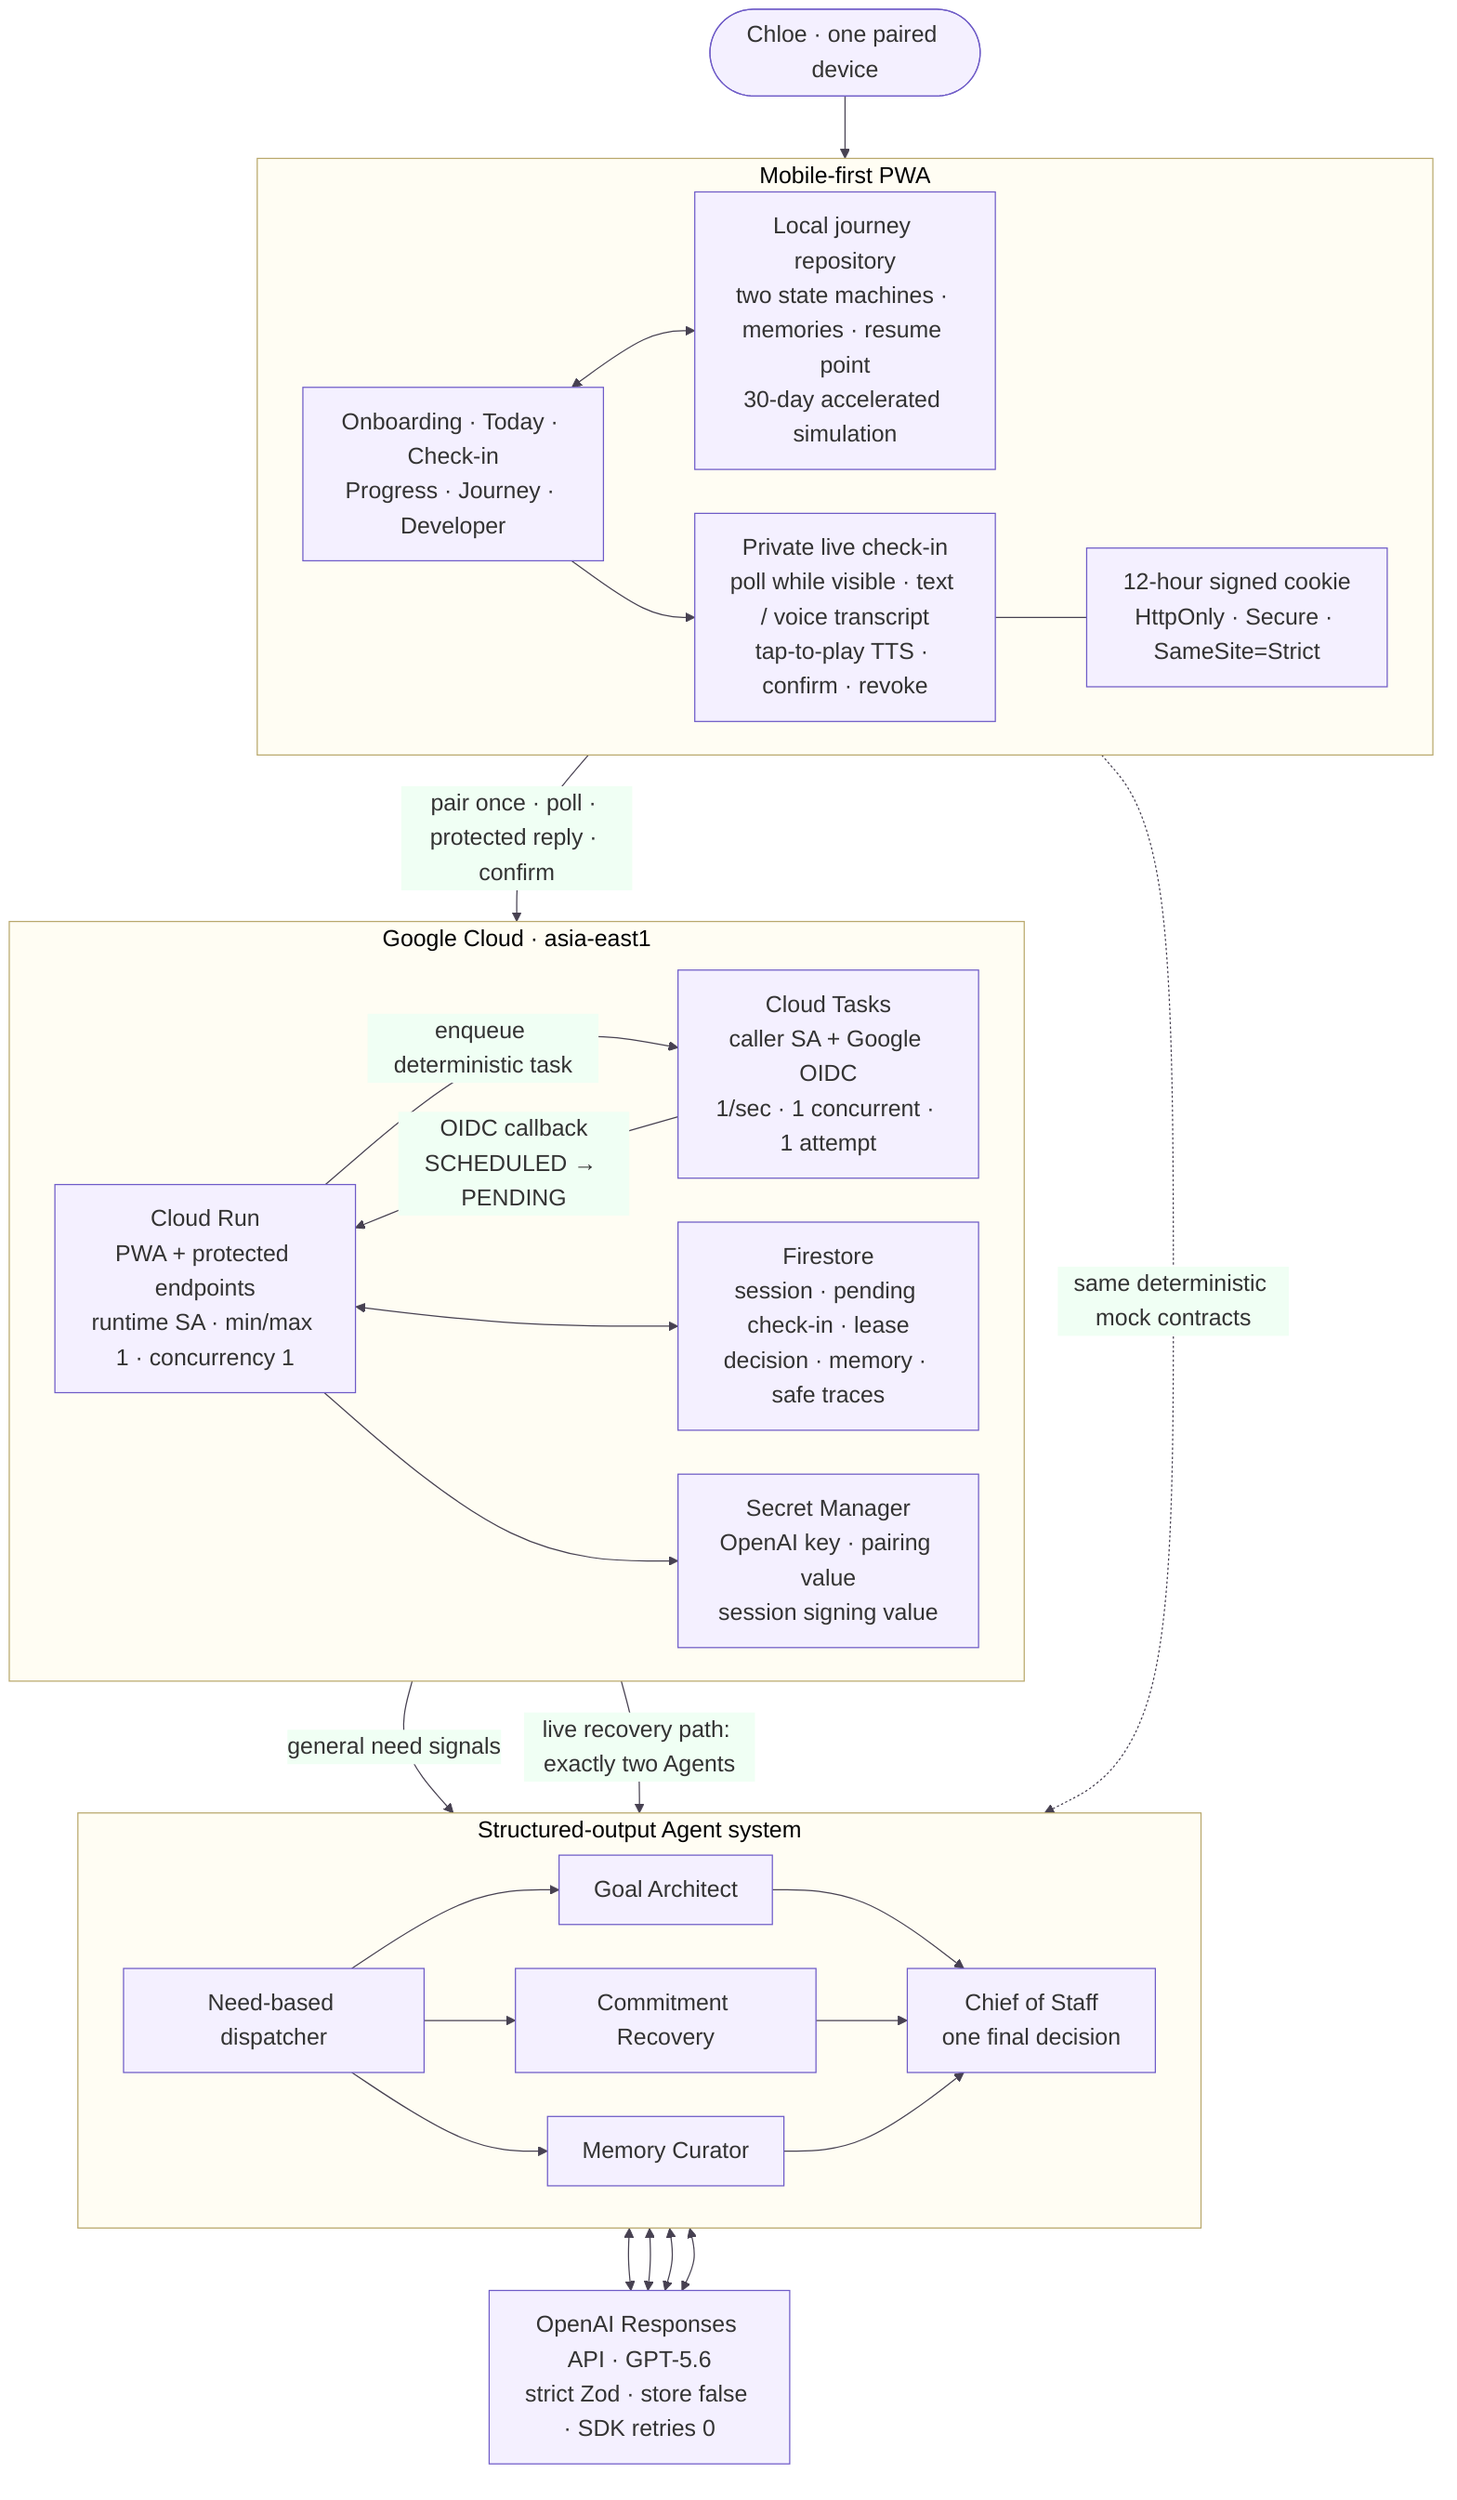
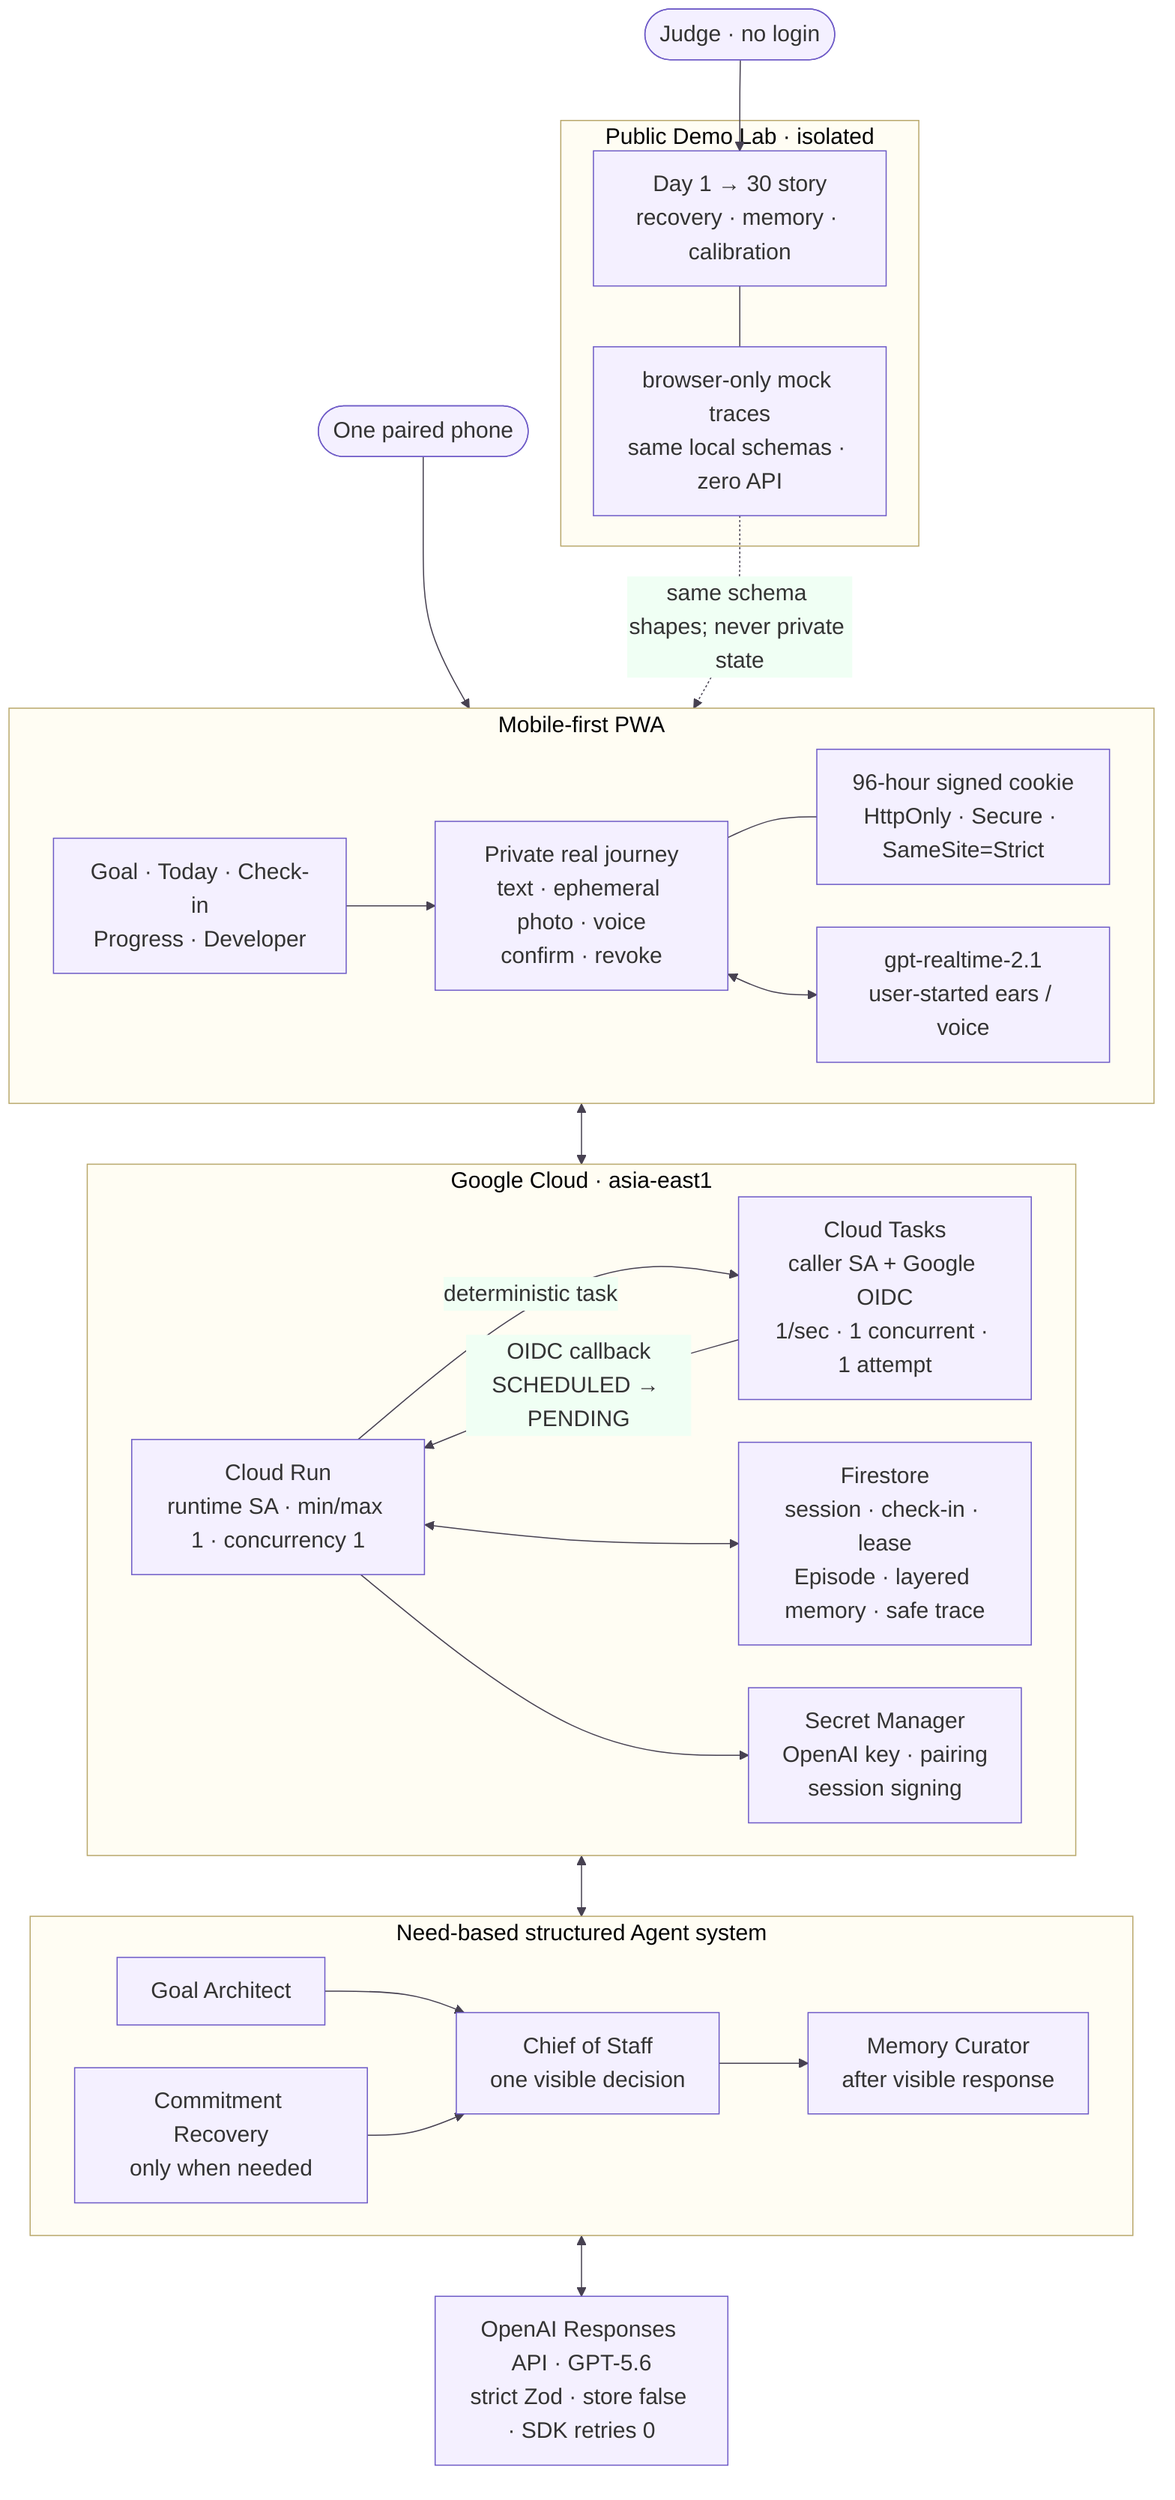
%%{init: {"theme": "base", "themeVariables": {"fontSize": "20px", "primaryColor": "#F4F0FF", "primaryBorderColor": "#6E5BC7", "lineColor": "#474151", "clusterBkg": "#FFFDF3", "clusterBorder": "#B9A86C"}, "flowchart": {"nodeSpacing": 38, "rankSpacing": 54, "curve": "basis"}}}%%
flowchart TB
-     USER(["Chloe · one paired device"])
+     USER(["One paired phone"])
+     JUDGE(["Judge · no login"])

    subgraph PWA["Mobile-first PWA"]
        direction LR
-         UI["Onboarding · Today · Check-in<br/>Progress · Journey · Developer"]
-         LIVE["Private live check-in<br/>poll while visible · text / voice transcript<br/>tap-to-play TTS · confirm · revoke"]
-         COOKIE["12-hour signed cookie<br/>HttpOnly · Secure · SameSite=Strict"]
-         LOCAL["Local journey repository<br/>two state machines · memories · resume point<br/>30-day accelerated simulation"]
+         UI["Goal · Today · Check-in<br/>Progress · Developer"]
+         LIVE["Private real journey<br/>text · ephemeral photo · voice<br/>confirm · revoke"]
+         COOKIE["96-hour signed cookie<br/>HttpOnly · Secure · SameSite=Strict"]
+         VOICE["gpt-realtime-2.1<br/>user-started ears / voice"]
+     end

-         UI <--> LOCAL
-         UI --> LIVE --- COOKIE
+     subgraph DEMO["Public Demo Lab · isolated"]
+         SCRIPT["Day 1 → 30 story<br/>recovery · memory · calibration"]
+         MOCK["browser-only mock traces<br/>same local schemas · zero API"]
+         SCRIPT --- MOCK
    end

    subgraph CLOUD["Google Cloud · asia-east1"]
        direction LR
-         RUN["Cloud Run<br/>PWA + protected endpoints<br/>runtime SA · min/max 1 · concurrency 1"]
+         RUN["Cloud Run<br/>runtime SA · min/max 1 · concurrency 1"]
        TASKS["Cloud Tasks<br/>caller SA + Google OIDC<br/>1/sec · 1 concurrent · 1 attempt"]
-         DB["Firestore<br/>session · pending check-in · lease<br/>decision · memory · safe traces"]
-         SECRETS["Secret Manager<br/>OpenAI key · pairing value<br/>session signing value"]
+         DB["Firestore<br/>session · check-in · lease<br/>Episode · layered memory · safe trace"]
+         SECRETS["Secret Manager<br/>OpenAI key · pairing<br/>session signing"]

-         RUN -->|"enqueue deterministic task"| TASKS
+         RUN -->|"deterministic task"| TASKS
        TASKS -->|"OIDC callback<br/>SCHEDULED → PENDING"| RUN
        RUN <--> DB
        RUN --> SECRETS
    end

-     subgraph AGENTS["Structured-output Agent system"]
+     subgraph AGENTS["Need-based structured Agent system"]
        direction LR
-         DISPATCH["Need-based dispatcher"]
        GOAL["Goal Architect"]
-         RECOVERY["Commitment Recovery"]
-         MEMORY["Memory Curator"]
-         CHIEF["Chief of Staff<br/>one final decision"]
+         CHIEF["Chief of Staff<br/>one visible decision"]
+         RECOVERY["Commitment Recovery<br/>only when needed"]
+         MEMORY["Memory Curator<br/>after visible response"]

-         DISPATCH --> GOAL --> CHIEF
-         DISPATCH --> RECOVERY --> CHIEF
-         DISPATCH --> MEMORY --> CHIEF
+         GOAL --> CHIEF
+         RECOVERY --> CHIEF
+         CHIEF --> MEMORY
    end

    OPENAI["OpenAI Responses API · GPT-5.6<br/>strict Zod · store false · SDK retries 0"]

    USER --> UI
-     LIVE -->|"pair once · poll · protected reply · confirm"| RUN
-     RUN -->|"general need signals"| DISPATCH
-     RUN -->|"live recovery path: exactly two Agents"| RECOVERY
-     LOCAL -. "same deterministic mock contracts" .-> DISPATCH
-     GOAL <--> OPENAI
-     RECOVERY <--> OPENAI
-     MEMORY <--> OPENAI
-     CHIEF <--> OPENAI
+     UI --> LIVE --- COOKIE
+     LIVE <--> RUN
+     LIVE <--> VOICE
+     RUN <--> AGENTS
+     AGENTS <--> OPENAI
+ 
+     JUDGE --> SCRIPT
+     MOCK -. "same schema shapes; never private state" .-> UI
